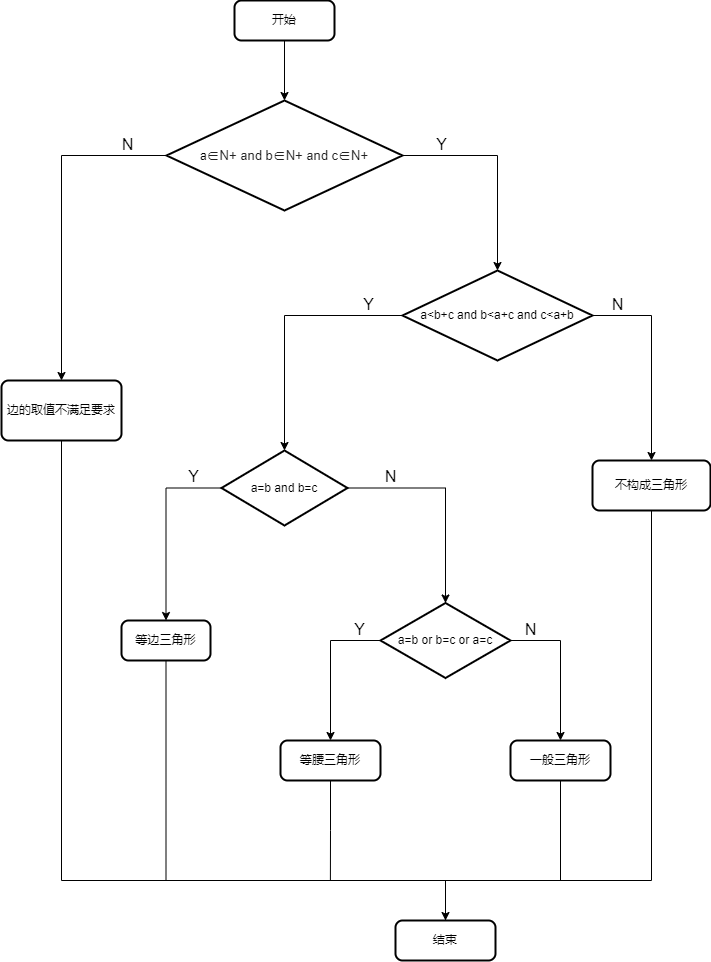
Before: diagrams/sy05.png, a diagram exported from draw.io (ccyykkcyk/mypic). Source tidied: cells renumbered, new cells last; positions are measured from the earlier drawing's top-left corner, leaving out a move shared by most shapes.
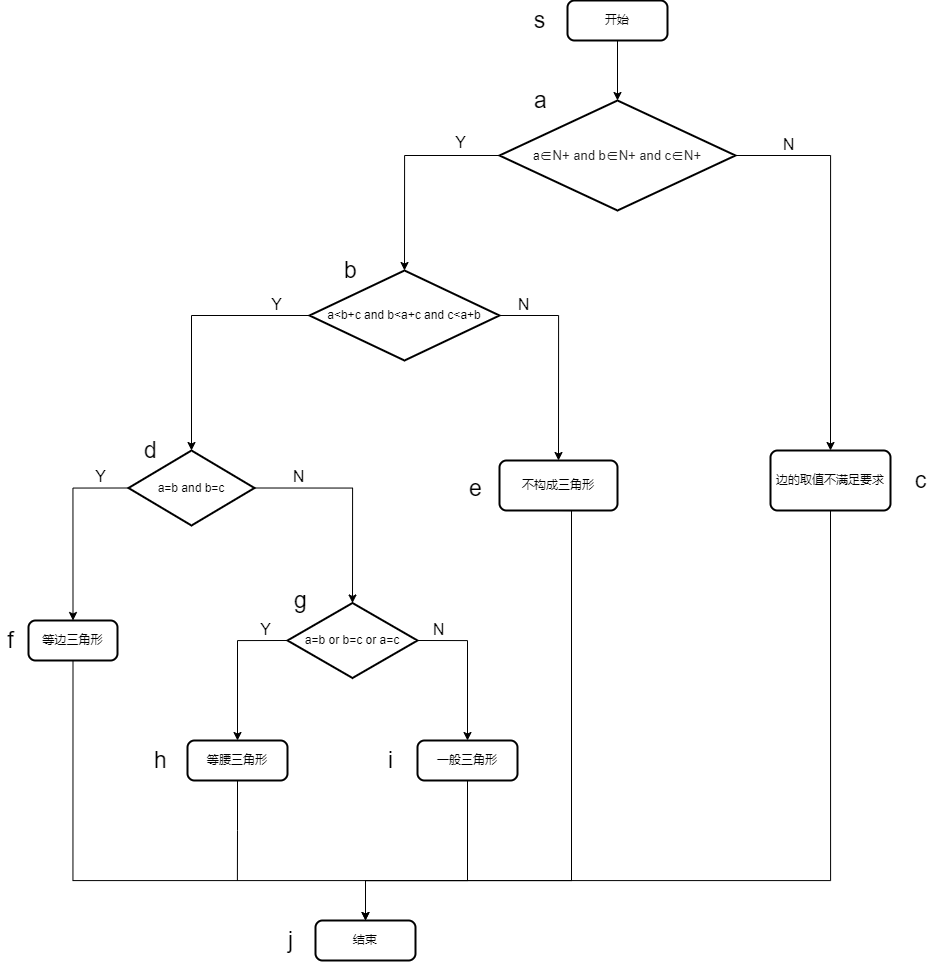
Later version of the same file.

Change to the diagram source:
```diff
@@ -6,37 +6,37 @@
       <mxGeometry relative="1" as="geometry" />
     </mxCell>
     <mxCell id="3" value="开始" style="rounded=1;whiteSpace=wrap;html=1;absoluteArcSize=1;arcSize=14;strokeWidth=2;" parent="1" vertex="1">
-      <mxGeometry x="233" width="100" height="40" as="geometry" />
+      <mxGeometry x="659" width="100" height="40" as="geometry" />
     </mxCell>
+    <mxCell id="6" style="edgeStyle=orthogonalEdgeStyle;rounded=0;jettySize=auto;html=1;exitX=0;exitY=0.5;exitDx=0;exitDy=0;exitPerimeter=0;entryX=0.5;entryY=0;entryDx=0;entryDy=0;entryPerimeter=0;fontSize=23;endArrow=classic;endFill=1;" parent="1" edge="1" source="8" target="15">
+      <mxGeometry relative="1" as="geometry" />
+    </mxCell>
+    <mxCell id="7" value="&lt;font style=&quot;font-size: 16px&quot;&gt;Y&lt;/font&gt;" style="edgeLabel;html=1;align=center;verticalAlign=middle;fontSize=23;" parent="6" vertex="1">
+      <mxGeometry x="-0.7" y="-1" relative="1" as="geometry">
+        <mxPoint x="-9" y="-15" as="offset" />
+      </mxGeometry>
+    </mxCell>
-    <mxCell id="4" style="edgeStyle=orthogonalEdgeStyle;rounded=0;jettySize=auto;html=1;exitX=0;exitY=0.5;exitDx=0;exitDy=0;exitPerimeter=0;entryX=0.5;entryY=0;entryDx=0;entryDy=0;" parent="1" edge="1" source="8" target="10">
+    <mxCell id="4" style="edgeStyle=orthogonalEdgeStyle;rounded=0;jettySize=auto;html=1;exitX=1;exitY=0.5;exitDx=0;exitDy=0;exitPerimeter=0;entryX=0.5;entryY=0;entryDx=0;entryDy=0;fontSize=23;endArrow=classic;endFill=1;" parent="1" edge="1" source="8" target="10">
       <mxGeometry relative="1" as="geometry" />
     </mxCell>
-    <mxCell id="5" value="&lt;font style=&quot;font-size: 16px&quot;&gt;N&lt;/font&gt;" style="edgeLabel;html=1;align=center;verticalAlign=middle;" parent="4" vertex="1">
-      <mxGeometry x="-0.8" y="1" relative="1" as="geometry">
-        <mxPoint x="-6" y="-13" as="offset" />
+    <mxCell id="5" value="N" style="edgeLabel;html=1;align=center;verticalAlign=middle;fontSize=16;" parent="4" vertex="1">
+      <mxGeometry x="-0.68" relative="1" as="geometry">
+        <mxPoint x="-12" y="-12" as="offset" />
       </mxGeometry>
     </mxCell>
-    <mxCell id="6" style="edgeStyle=orthogonalEdgeStyle;rounded=0;jettySize=auto;html=1;exitX=1;exitY=0.5;exitDx=0;exitDy=0;exitPerimeter=0;entryX=0.5;entryY=0;entryDx=0;entryDy=0;entryPerimeter=0;" parent="1" edge="1" source="8" target="15">
-      <mxGeometry relative="1" as="geometry" />
-    </mxCell>
-    <mxCell id="7" value="&lt;font style=&quot;font-size: 16px&quot;&gt;Y&lt;/font&gt;" style="edgeLabel;html=1;align=center;verticalAlign=middle;" parent="6" vertex="1">
-      <mxGeometry x="-0.8" y="-1" relative="1" as="geometry">
-        <mxPoint x="17" y="-13" as="offset" />
-      </mxGeometry>
-    </mxCell>
     <mxCell id="8" value="a&lt;span style=&quot;color: rgb(34 , 34 , 34) ; font-family: &amp;#34;arial&amp;#34; , sans-serif ; font-size: 13px ; background-color: rgb(255 , 255 , 255)&quot;&gt;∈N+ and b&lt;/span&gt;&lt;span style=&quot;color: rgb(34 , 34 , 34) ; font-family: &amp;#34;arial&amp;#34; , sans-serif ; font-size: 13px ; background-color: rgb(255 , 255 , 255)&quot;&gt;∈N+ and c&lt;/span&gt;&lt;span style=&quot;color: rgb(34 , 34 , 34) ; font-family: &amp;#34;arial&amp;#34; , sans-serif ; font-size: 13px ; background-color: rgb(255 , 255 , 255)&quot;&gt;∈N+&lt;/span&gt;" style="strokeWidth=2;html=1;shape=mxgraph.flowchart.decision;whiteSpace=wrap;" parent="1" vertex="1">
-      <mxGeometry x="165" y="100" width="236" height="110" as="geometry" />
+      <mxGeometry x="591" y="100" width="236" height="110" as="geometry" />
     </mxCell>
-    <mxCell id="9" style="edgeStyle=orthogonalEdgeStyle;rounded=0;jettySize=auto;html=1;exitX=0.5;exitY=1;exitDx=0;exitDy=0;entryX=0.5;entryY=0;entryDx=0;entryDy=0;endArrow=none;endFill=0;" parent="1" edge="1" source="10" target="34">
+    <mxCell id="9" style="edgeStyle=orthogonalEdgeStyle;rounded=0;jettySize=auto;html=1;exitX=0.5;exitY=1;exitDx=0;exitDy=0;entryX=0.5;entryY=0;entryDx=0;entryDy=0;fontSize=16;endArrow=classic;endFill=1;" parent="1" edge="1" source="10" target="34">
       <mxGeometry relative="1" as="geometry">
         <Array as="points">
-          <mxPoint x="60" y="880" />
-          <mxPoint x="444" y="880" />
+          <mxPoint x="922" y="880" />
+          <mxPoint x="457" y="880" />
         </Array>
       </mxGeometry>
     </mxCell>
     <mxCell id="10" value="边的取值不满足要求" style="rounded=1;whiteSpace=wrap;html=1;absoluteArcSize=1;arcSize=14;strokeWidth=2;" parent="1" vertex="1">
-      <mxGeometry y="380" width="120" height="60" as="geometry" />
+      <mxGeometry x="862" y="450" width="120" height="60" as="geometry" />
     </mxCell>
     <mxCell id="11" style="edgeStyle=orthogonalEdgeStyle;rounded=0;jettySize=auto;html=1;exitX=1;exitY=0.5;exitDx=0;exitDy=0;exitPerimeter=0;entryX=0.5;entryY=0;entryDx=0;entryDy=0;" parent="1" edge="1" source="15" target="17">
       <mxGeometry relative="1" as="geometry" />
@@ -60,8 +60,8 @@
     <mxCell id="16" style="edgeStyle=orthogonalEdgeStyle;rounded=0;jettySize=auto;html=1;exitX=0.5;exitY=1;exitDx=0;exitDy=0;entryX=0.5;entryY=0;entryDx=0;entryDy=0;endArrow=none;endFill=0;" parent="1" edge="1" source="17" target="34">
       <mxGeometry relative="1" as="geometry">
         <Array as="points">
-          <mxPoint x="650" y="880" />
-          <mxPoint x="444" y="880" />
+          <mxPoint x="663" y="880" />
+          <mxPoint x="457" y="880" />
         </Array>
       </mxGeometry>
     </mxCell>
@@ -91,7 +91,7 @@
       <mxGeometry relative="1" as="geometry">
         <Array as="points">
           <mxPoint x="165" y="880" />
-          <mxPoint x="444" y="880" />
+          <mxPoint x="457" y="880" />
         </Array>
       </mxGeometry>
     </mxCell>
@@ -129,7 +129,7 @@
       <mxGeometry relative="1" as="geometry">
         <Array as="points">
           <mxPoint x="559" y="880" />
-          <mxPoint x="444" y="880" />
+          <mxPoint x="457" y="880" />
         </Array>
       </mxGeometry>
     </mxCell>
@@ -137,7 +137,40 @@
       <mxGeometry x="509" y="740" width="100" height="40" as="geometry" />
     </mxCell>
     <mxCell id="34" value="结束" style="rounded=1;whiteSpace=wrap;html=1;absoluteArcSize=1;arcSize=14;strokeWidth=2;" parent="1" vertex="1">
-      <mxGeometry x="394" y="920" width="100" height="40" as="geometry" />
+      <mxGeometry x="407" y="920" width="100" height="40" as="geometry" />
     </mxCell>
+    <mxCell id="35" value="&lt;font style=&quot;font-size: 23px&quot;&gt;s&lt;/font&gt;" style="text;html=1;align=center;verticalAlign=middle;strokeColor=none;fillColor=none;fontSize=16;" parent="1" vertex="1">
+      <mxGeometry x="616" y="5" width="30" height="30" as="geometry" />
+    </mxCell>
+    <mxCell id="36" value="&lt;font style=&quot;font-size: 23px&quot;&gt;a&lt;/font&gt;" style="text;html=1;align=center;verticalAlign=middle;strokeColor=none;fillColor=none;fontSize=16;" parent="1" vertex="1">
+      <mxGeometry x="617" y="85" width="30" height="30" as="geometry" />
+    </mxCell>
+    <mxCell id="37" value="b" style="text;html=1;align=center;verticalAlign=middle;strokeColor=none;fillColor=none;fontSize=23;" parent="1" vertex="1">
+      <mxGeometry x="427" y="255" width="30" height="30" as="geometry" />
+    </mxCell>
+    <mxCell id="38" value="c" style="text;html=1;align=center;verticalAlign=middle;strokeColor=none;fillColor=none;fontSize=23;" parent="1" vertex="1">
+      <mxGeometry x="997" y="465" width="30" height="30" as="geometry" />
+    </mxCell>
+    <mxCell id="39" value="d" style="text;html=1;align=center;verticalAlign=middle;strokeColor=none;fillColor=none;fontSize=23;" parent="1" vertex="1">
+      <mxGeometry x="227" y="435" width="30" height="30" as="geometry" />
+    </mxCell>
+    <mxCell id="40" value="e" style="text;html=1;align=center;verticalAlign=middle;strokeColor=none;fillColor=none;fontSize=23;" parent="1" vertex="1">
+      <mxGeometry x="552" y="472.5" width="30" height="30" as="geometry" />
+    </mxCell>
+    <mxCell id="41" value="f" style="text;html=1;align=center;verticalAlign=middle;strokeColor=none;fillColor=none;fontSize=23;" parent="1" vertex="1">
+      <mxGeometry x="92" y="625" width="20" height="30" as="geometry" />
+    </mxCell>
+    <mxCell id="42" value="g" style="text;html=1;align=center;verticalAlign=middle;strokeColor=none;fillColor=none;fontSize=23;" parent="1" vertex="1">
+      <mxGeometry x="377" y="585" width="30" height="30" as="geometry" />
+    </mxCell>
+    <mxCell id="43" value="h" style="text;html=1;align=center;verticalAlign=middle;strokeColor=none;fillColor=none;fontSize=23;" parent="1" vertex="1">
+      <mxGeometry x="237" y="745" width="30" height="30" as="geometry" />
+    </mxCell>
+    <mxCell id="44" value="i" style="text;html=1;align=center;verticalAlign=middle;strokeColor=none;fillColor=none;fontSize=23;" parent="1" vertex="1">
+      <mxGeometry x="472" y="745" width="20" height="30" as="geometry" />
+    </mxCell>
+    <mxCell id="45" value="j" style="text;html=1;align=center;verticalAlign=middle;strokeColor=none;fillColor=none;fontSize=23;" parent="1" vertex="1">
+      <mxGeometry x="372" y="925" width="20" height="30" as="geometry" />
+    </mxCell>
   </root>
 </mxGraphModel>
```
